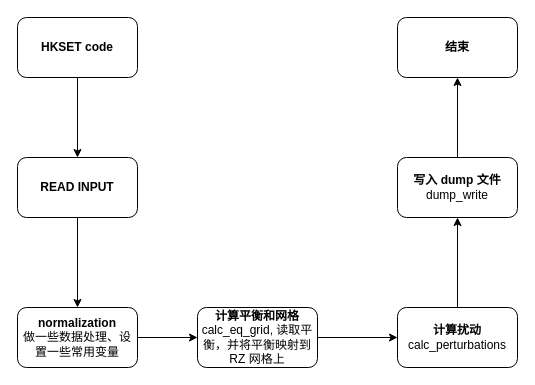
Earlier version of the draw.io diagram page "HKSET-CPP" (4 of 4) of reduced_mhd.drawio (jiaxing-liu/flowchart). Source tidied: cells renumbered, new cells numbered last; positions are measured from the earlier drawing's top-left corner, leaving out a move shared by most shapes. Both pictures are drawn from the tidied source at 100%, with x=0, y=0 at pixel (17, 17).
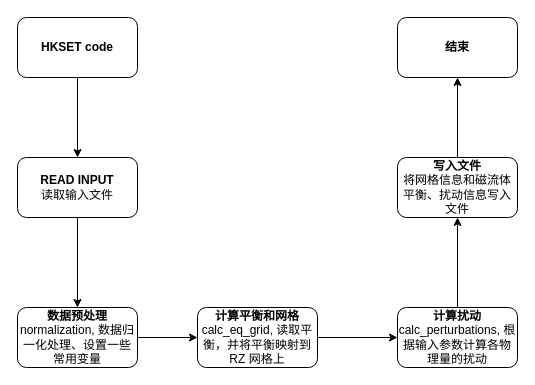
The same diagram, later.

Change to the diagram source:
```diff
@@
 <mxGraphModel>
   <root>
     <mxCell id="0" />
     <mxCell id="1" parent="0" />
     <mxCell id="2" style="edgeStyle=orthogonalEdgeStyle;rounded=0;jettySize=auto;html=1;" parent="1" edge="1" source="3" target="5">
       <mxGeometry relative="1" as="geometry" />
     </mxCell>
     <mxCell id="3" value="&lt;b&gt;HKSET code&lt;/b&gt;" style="rounded=1;whiteSpace=wrap;html=1;" parent="1" vertex="1">
       <mxGeometry width="120" height="60" as="geometry" />
     </mxCell>
     <mxCell id="4" style="edgeStyle=orthogonalEdgeStyle;rounded=0;jettySize=auto;html=1;" parent="1" edge="1" source="5" target="7">
       <mxGeometry relative="1" as="geometry" />
     </mxCell>
-    <mxCell id="5" value="&lt;b&gt;READ INPUT&lt;br&gt;&lt;/b&gt;" style="rounded=1;whiteSpace=wrap;html=1;" parent="1" vertex="1">
+    <mxCell id="5" value="&lt;div&gt;&lt;b&gt;READ INPUT&lt;/b&gt;&lt;/div&gt;读取输入文件" style="rounded=1;whiteSpace=wrap;html=1;" parent="1" vertex="1">
       <mxGeometry y="140" width="120" height="60" as="geometry" />
     </mxCell>
     <mxCell id="6" style="edgeStyle=orthogonalEdgeStyle;rounded=0;jettySize=auto;html=1;" parent="1" edge="1" source="7" target="9">
       <mxGeometry relative="1" as="geometry" />
     </mxCell>
-    <mxCell id="7" value="&lt;div&gt;&lt;b&gt;normalization&lt;/b&gt;&lt;/div&gt;做一些数据处理、设置一些常用变量" style="rounded=1;whiteSpace=wrap;html=1;" parent="1" vertex="1">
+    <mxCell id="7" value="&lt;div&gt;&lt;b&gt;数据预处理&lt;/b&gt;&lt;/div&gt;normalization, 数据归一化处理、设置一些常用变量" style="rounded=1;whiteSpace=wrap;html=1;" parent="1" vertex="1">
       <mxGeometry y="290" width="120" height="60" as="geometry" />
     </mxCell>
     <mxCell id="8" style="edgeStyle=orthogonalEdgeStyle;rounded=0;jettySize=auto;html=1;" parent="1" edge="1" source="9" target="11">
       <mxGeometry relative="1" as="geometry" />
     </mxCell>
     <mxCell id="9" value="&lt;div&gt;&lt;b&gt;计算&lt;/b&gt;&lt;b&gt;平衡和&lt;/b&gt;&lt;b&gt;网格&lt;/b&gt;&lt;/div&gt;calc_eq_grid, 读取平衡，并将平衡映射到 RZ 网格上" style="rounded=1;whiteSpace=wrap;html=1;" parent="1" vertex="1">
       <mxGeometry x="180" y="290" width="120" height="60" as="geometry" />
     </mxCell>
     <mxCell id="10" style="edgeStyle=orthogonalEdgeStyle;rounded=0;jettySize=auto;html=1;" parent="1" edge="1" source="11" target="13">
       <mxGeometry relative="1" as="geometry" />
     </mxCell>
-    <mxCell id="11" value="&lt;div&gt;&lt;b&gt;计算&lt;/b&gt;&lt;b&gt;扰动&lt;/b&gt;&lt;/div&gt;&lt;div&gt;calc_perturbations&lt;/div&gt;" style="rounded=1;whiteSpace=wrap;html=1;" parent="1" vertex="1">
+    <mxCell id="11" value="&lt;div&gt;&lt;b&gt;计算&lt;/b&gt;&lt;b&gt;扰动&lt;/b&gt;&lt;/div&gt;&lt;div&gt;calc_perturbations, 根据输入参数计算各物理量的扰动&lt;/div&gt;" style="rounded=1;whiteSpace=wrap;html=1;" parent="1" vertex="1">
       <mxGeometry x="380" y="290" width="120" height="60" as="geometry" />
     </mxCell>
     <mxCell id="12" style="edgeStyle=orthogonalEdgeStyle;rounded=0;jettySize=auto;html=1;" parent="1" edge="1" source="13" target="14">
       <mxGeometry relative="1" as="geometry" />
     </mxCell>
-    <mxCell id="13" value="&lt;div&gt;&lt;b&gt;写入 dump 文件&lt;/b&gt;&lt;/div&gt;dump_write" style="rounded=1;whiteSpace=wrap;html=1;" parent="1" vertex="1">
+    <mxCell id="13" value="&lt;div&gt;&lt;b&gt;写入文件&lt;/b&gt;&lt;/div&gt;将网格信息和磁流体平衡、扰动信息写入文件" style="rounded=1;whiteSpace=wrap;html=1;" parent="1" vertex="1">
       <mxGeometry x="380" y="140" width="120" height="60" as="geometry" />
     </mxCell>
     <mxCell id="14" value="&lt;div&gt;&lt;b&gt;结束&lt;/b&gt;&lt;/div&gt;" style="rounded=1;whiteSpace=wrap;html=1;" parent="1" vertex="1">
       <mxGeometry x="380" width="120" height="60" as="geometry" />
     </mxCell>
   </root>
 </mxGraphModel>
```
